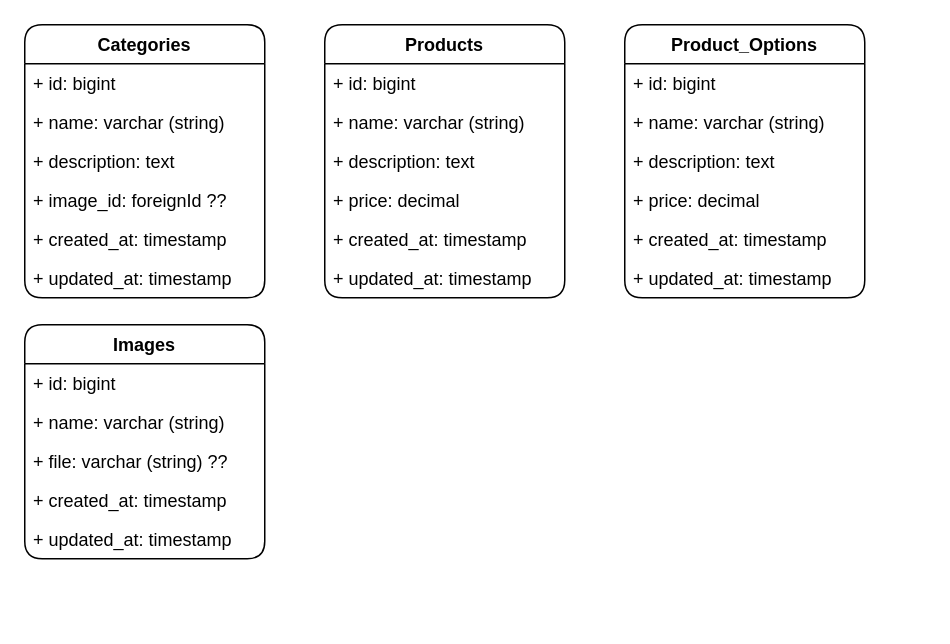
Earlier version of the draw.io diagram UML Project_GC.drawio (david-track/project-gc). Source tidied: cells renumbered, new cells numbered last; positions are measured from the earlier drawing's top-left corner, leaving out a move shared by most shapes. Both pictures are drawn from the tidied source at 150%, with x=0, y=0 at pixel (24, 24).
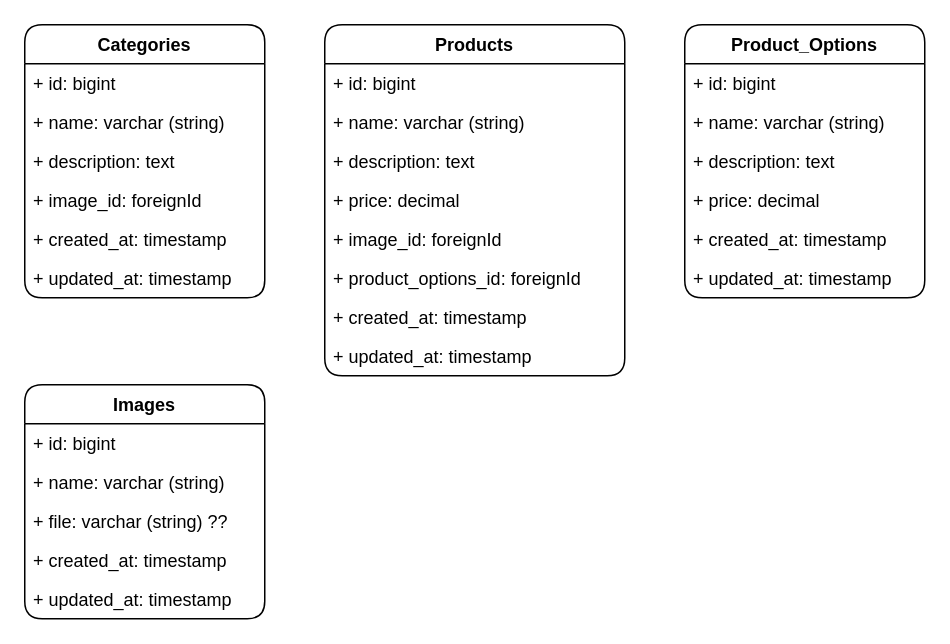
The same diagram, later.

Unchanged cells that the change refers to:
```xml
<mxCell id="2" value="Categories" style="swimlane;fontStyle=1;horizontal=1;startSize=26;fillColor=none;rounded=1;" parent="1" vertex="1">
  <mxGeometry width="160" height="182" as="geometry" />
</mxCell>
```

The edit, as a diff of the source:
```diff
@@
-    <mxCell id="6" value="+ image_id: foreignId ??" style="text;strokeColor=none;fillColor=none;align=left;verticalAlign=top;spacingLeft=4;spacingRight=4;overflow=hidden;rounded=1;" parent="2" vertex="1">
+    <mxCell id="6" value="+ image_id: foreignId" style="text;strokeColor=none;fillColor=none;align=left;verticalAlign=top;spacingLeft=4;spacingRight=4;overflow=hidden;rounded=1;" parent="2" vertex="1">
       <mxGeometry y="104" width="160" height="26" as="geometry" />
     </mxCell>
@@
     <mxCell id="9" value="Products" style="swimlane;fontStyle=1;horizontal=1;startSize=26;fillColor=none;rounded=1;" parent="1" vertex="1">
-      <mxGeometry x="200" width="160" height="182" as="geometry" />
+      <mxGeometry x="200" width="200" height="234" as="geometry" />
     </mxCell>
     <mxCell id="10" value="+ id: bigint" style="text;strokeColor=none;fillColor=none;align=left;verticalAlign=top;spacingLeft=4;spacingRight=4;overflow=hidden;rounded=1;" parent="9" vertex="1">
-      <mxGeometry y="26" width="160" height="26" as="geometry" />
+      <mxGeometry y="26" width="200" height="26" as="geometry" />
     </mxCell>
     <mxCell id="11" value="+ name: varchar (string)" style="text;strokeColor=none;fillColor=none;align=left;verticalAlign=top;spacingLeft=4;spacingRight=4;overflow=hidden;rounded=1;" parent="9" vertex="1">
-      <mxGeometry y="52" width="160" height="26" as="geometry" />
+      <mxGeometry y="52" width="200" height="26" as="geometry" />
     </mxCell>
     <mxCell id="12" value="+ description: text" style="text;strokeColor=none;fillColor=none;align=left;verticalAlign=top;spacingLeft=4;spacingRight=4;overflow=hidden;rounded=1;" parent="9" vertex="1">
-      <mxGeometry y="78" width="160" height="26" as="geometry" />
+      <mxGeometry y="78" width="200" height="26" as="geometry" />
     </mxCell>
     <mxCell id="13" value="+ price: decimal" style="text;strokeColor=none;fillColor=none;align=left;verticalAlign=top;spacingLeft=4;spacingRight=4;overflow=hidden;rounded=1;" parent="9" vertex="1">
-      <mxGeometry y="104" width="160" height="26" as="geometry" />
+      <mxGeometry y="104" width="200" height="26" as="geometry" />
     </mxCell>
+    <mxCell id="29" value="+ image_id: foreignId" style="text;strokeColor=none;fillColor=none;align=left;verticalAlign=top;spacingLeft=4;spacingRight=4;overflow=hidden;rounded=1;" parent="9" vertex="1">
+      <mxGeometry y="130" width="200" height="26" as="geometry" />
+    </mxCell>
+    <mxCell id="30" value="+ product_options_id: foreignId" style="text;strokeColor=none;fillColor=none;align=left;verticalAlign=top;spacingLeft=4;spacingRight=4;overflow=hidden;rounded=1;" parent="9" vertex="1">
+      <mxGeometry y="156" width="200" height="26" as="geometry" />
+    </mxCell>
     <mxCell id="14" value="+ created_at: timestamp" style="text;strokeColor=none;fillColor=none;align=left;verticalAlign=top;spacingLeft=4;spacingRight=4;overflow=hidden;rounded=1;" parent="9" vertex="1">
-      <mxGeometry y="130" width="160" height="26" as="geometry" />
+      <mxGeometry y="182" width="200" height="26" as="geometry" />
     </mxCell>
     <mxCell id="15" value="+ updated_at: timestamp" style="text;strokeColor=none;fillColor=none;align=left;verticalAlign=top;spacingLeft=4;spacingRight=4;overflow=hidden;rounded=1;" parent="9" vertex="1">
-      <mxGeometry y="156" width="160" height="26" as="geometry" />
+      <mxGeometry y="208" width="200" height="26" as="geometry" />
     </mxCell>
     <mxCell id="16" value="Product_Options" style="swimlane;fontStyle=1;horizontal=1;startSize=26;fillColor=none;rounded=1;" parent="1" vertex="1">
-      <mxGeometry x="400" width="160" height="182" as="geometry" />
+      <mxGeometry x="440" width="160" height="182" as="geometry" />
     </mxCell>
@@
     <mxCell id="23" value="Images" style="swimlane;fontStyle=1;horizontal=1;startSize=26;fillColor=none;rounded=1;" parent="1" vertex="1">
-      <mxGeometry y="200" width="160" height="156" as="geometry" />
+      <mxGeometry y="240" width="160" height="156" as="geometry" />
     </mxCell>
```
